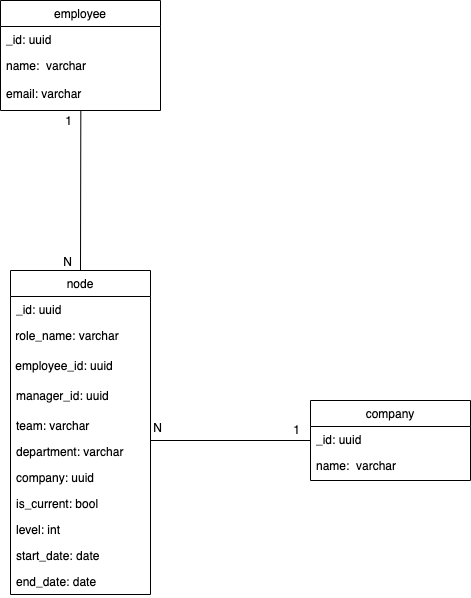
Earlier version of the draw.io export org-chart-ER.png (1552134/org_chart_diagram). Source tidied: cells renumbered, new cells last; positions are measured from the earlier drawing's top-left corner, leaving out a move shared by most shapes. The source it was exported from:
```xml
<mxGraphModel>
  <root>
    <mxCell id="0" />
    <mxCell id="1" parent="0" />
    <mxCell id="2" value="employee" style="swimlane;fontStyle=0;horizontal=1;startSize=26;fillColor=none;" parent="1" vertex="1">
      <mxGeometry width="160" height="110" as="geometry" />
    </mxCell>
    <mxCell id="3" value="_id: uuid" style="text;strokeColor=none;fillColor=none;align=left;verticalAlign=top;spacingLeft=4;spacingRight=4;overflow=hidden;" parent="2" vertex="1">
      <mxGeometry y="26" width="160" height="26" as="geometry" />
    </mxCell>
    <mxCell id="4" value="name:  varchar&#10;" style="text;strokeColor=none;fillColor=none;align=left;verticalAlign=top;spacingLeft=4;spacingRight=4;overflow=hidden;points=[[0,0.5],[1,0.5]];portConstraint=eastwest;" parent="2" vertex="1">
      <mxGeometry y="52" width="160" height="28" as="geometry" />
    </mxCell>
    <mxCell id="5" value="email: varchar" style="text;strokeColor=none;fillColor=none;align=left;verticalAlign=top;spacingLeft=4;spacingRight=4;overflow=hidden;points=[[0,0.5],[1,0.5]];portConstraint=eastwest;" parent="2" vertex="1">
      <mxGeometry y="80" width="160" height="30" as="geometry" />
    </mxCell>
    <mxCell id="6" style="endArrow=none;html=1;rounded=0;exitX=0.502;exitY=1.028;exitDx=0;exitDy=0;entryX=0.5;entryY=0;entryDx=0;entryDy=0;exitPerimeter=0;" parent="1" edge="1" source="5" target="8">
      <mxGeometry relative="1" as="geometry" />
    </mxCell>
    <mxCell id="7" value="N" style="html=1;align=right;verticalAlign=bottom;" parent="6" vertex="1">
      <mxGeometry x="1" relative="1" as="geometry">
        <mxPoint x="-7.9" as="offset" />
      </mxGeometry>
    </mxCell>
    <mxCell id="8" value="node" style="swimlane;fontStyle=0;horizontal=1;startSize=26;fillColor=none;" parent="1" vertex="1">
      <mxGeometry x="10" y="270" width="140" height="324" as="geometry" />
    </mxCell>
    <mxCell id="9" value="_id: uuid" style="text;strokeColor=none;fillColor=none;align=left;verticalAlign=top;spacingLeft=4;spacingRight=4;overflow=hidden;" parent="8" vertex="1">
      <mxGeometry y="26" width="140" height="26" as="geometry" />
    </mxCell>
    <mxCell id="10" value="&lt;font face=&quot;helvetica&quot;&gt;&amp;nbsp;role_name: varchar&lt;/font&gt;" style="text;whiteSpace=wrap;html=1;" parent="8" vertex="1">
      <mxGeometry y="52" width="140" height="30" as="geometry" />
    </mxCell>
    <mxCell id="11" value="&lt;font face=&quot;helvetica&quot;&gt;&amp;nbsp;employee_id: uuid&lt;/font&gt;" style="text;whiteSpace=wrap;html=1;" parent="8" vertex="1">
      <mxGeometry y="82" width="140" height="30" as="geometry" />
    </mxCell>
    <mxCell id="12" value="manager_id: uuid" style="text;strokeColor=none;fillColor=none;align=left;verticalAlign=top;spacingLeft=4;spacingRight=4;overflow=hidden;points=[[0,0.5],[1,0.5]];portConstraint=eastwest;" parent="8" vertex="1">
      <mxGeometry y="112" width="140" height="30" as="geometry" />
    </mxCell>
    <mxCell id="13" value="team: varchar" style="text;strokeColor=none;fillColor=none;align=left;verticalAlign=top;spacingLeft=4;spacingRight=4;overflow=hidden;" parent="8" vertex="1">
      <mxGeometry y="142" width="140" height="26" as="geometry" />
    </mxCell>
    <mxCell id="14" value="department: varchar" style="text;strokeColor=none;fillColor=none;align=left;verticalAlign=top;spacingLeft=4;spacingRight=4;overflow=hidden;" parent="8" vertex="1">
      <mxGeometry y="168" width="140" height="26" as="geometry" />
    </mxCell>
    <mxCell id="15" value="company: uuid" style="text;strokeColor=none;fillColor=none;align=left;verticalAlign=top;spacingLeft=4;spacingRight=4;overflow=hidden;" parent="8" vertex="1">
      <mxGeometry y="194" width="140" height="26" as="geometry" />
    </mxCell>
    <mxCell id="16" value="is_current: bool" style="text;strokeColor=none;fillColor=none;align=left;verticalAlign=top;spacingLeft=4;spacingRight=4;overflow=hidden;" parent="8" vertex="1">
      <mxGeometry y="220" width="140" height="26" as="geometry" />
    </mxCell>
    <mxCell id="17" value="level: int" style="text;strokeColor=none;fillColor=none;align=left;verticalAlign=top;spacingLeft=4;spacingRight=4;overflow=hidden;" parent="8" vertex="1">
      <mxGeometry y="246" width="140" height="26" as="geometry" />
    </mxCell>
    <mxCell id="18" value="start_date: date" style="text;strokeColor=none;fillColor=none;align=left;verticalAlign=top;spacingLeft=4;spacingRight=4;overflow=hidden;" parent="8" vertex="1">
      <mxGeometry y="272" width="140" height="26" as="geometry" />
    </mxCell>
    <mxCell id="19" value="end_date: date" style="text;strokeColor=none;fillColor=none;align=left;verticalAlign=top;spacingLeft=4;spacingRight=4;overflow=hidden;" parent="8" vertex="1">
      <mxGeometry y="298" width="140" height="26" as="geometry" />
    </mxCell>
    <mxCell id="20" value="1" style="html=1;align=right;verticalAlign=bottom;" parent="1" vertex="1">
      <mxGeometry x="90" y="270" as="geometry">
        <mxPoint x="-18" y="-141" as="offset" />
      </mxGeometry>
    </mxCell>
    <mxCell id="21" style="endArrow=none;html=1;rounded=0;" parent="1" edge="1">
      <mxGeometry relative="1" as="geometry">
        <mxPoint x="150" y="440" as="sourcePoint" />
        <mxPoint x="310" y="440" as="targetPoint" />
      </mxGeometry>
    </mxCell>
    <mxCell id="22" value="1" style="html=1;align=right;verticalAlign=bottom;" parent="21" vertex="1">
      <mxGeometry x="1" relative="1" as="geometry">
        <mxPoint x="-10" y="-2" as="offset" />
      </mxGeometry>
    </mxCell>
    <mxCell id="23" value="company" style="swimlane;fontStyle=0;horizontal=1;startSize=26;fillColor=none;" parent="1" vertex="1">
      <mxGeometry x="310" y="400" width="160" height="80" as="geometry" />
    </mxCell>
    <mxCell id="24" value="_id: uuid" style="text;strokeColor=none;fillColor=none;align=left;verticalAlign=top;spacingLeft=4;spacingRight=4;overflow=hidden;" parent="23" vertex="1">
      <mxGeometry y="26" width="160" height="26" as="geometry" />
    </mxCell>
    <mxCell id="25" value="name:  varchar&#10;" style="text;strokeColor=none;fillColor=none;align=left;verticalAlign=top;spacingLeft=4;spacingRight=4;overflow=hidden;" parent="23" vertex="1">
      <mxGeometry y="52" width="160" height="28" as="geometry" />
    </mxCell>
    <mxCell id="26" value="N" style="html=1;align=right;verticalAlign=bottom;" parent="1" vertex="1">
      <mxGeometry x="310" y="448" as="geometry">
        <mxPoint x="-148" y="-12" as="offset" />
      </mxGeometry>
    </mxCell>
  </root>
</mxGraphModel>
```
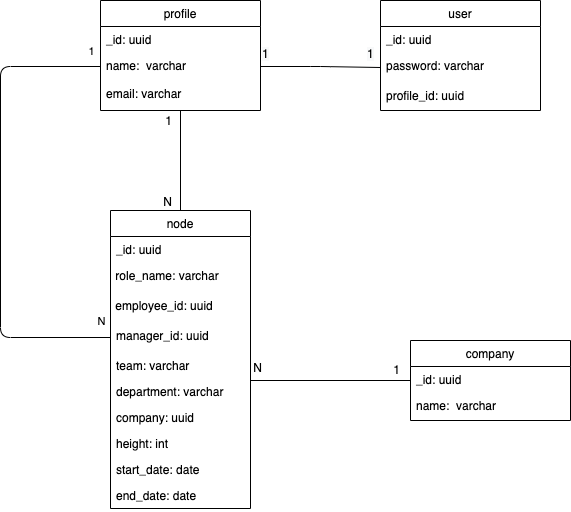
Later version of the same file.

Commit message:
org-chart-v4

What changed in the source:
```diff
@@ -2,20 +2,10 @@
   <root>
     <mxCell id="0" />
     <mxCell id="1" parent="0" />
-    <mxCell id="2" value="employee" style="swimlane;fontStyle=0;horizontal=1;startSize=26;fillColor=none;" parent="1" vertex="1">
-      <mxGeometry width="160" height="110" as="geometry" />
-    </mxCell>
-    <mxCell id="3" value="_id: uuid" style="text;strokeColor=none;fillColor=none;align=left;verticalAlign=top;spacingLeft=4;spacingRight=4;overflow=hidden;" parent="2" vertex="1">
-      <mxGeometry y="26" width="160" height="26" as="geometry" />
-    </mxCell>
-    <mxCell id="4" value="name:  varchar&#10;" style="text;strokeColor=none;fillColor=none;align=left;verticalAlign=top;spacingLeft=4;spacingRight=4;overflow=hidden;points=[[0,0.5],[1,0.5]];portConstraint=eastwest;" parent="2" vertex="1">
-      <mxGeometry y="52" width="160" height="28" as="geometry" />
-    </mxCell>
-    <mxCell id="5" value="email: varchar" style="text;strokeColor=none;fillColor=none;align=left;verticalAlign=top;spacingLeft=4;spacingRight=4;overflow=hidden;points=[[0,0.5],[1,0.5]];portConstraint=eastwest;" parent="2" vertex="1">
-      <mxGeometry y="80" width="160" height="30" as="geometry" />
-    </mxCell>
-    <mxCell id="6" style="endArrow=none;html=1;rounded=0;exitX=0.502;exitY=1.028;exitDx=0;exitDy=0;entryX=0.5;entryY=0;entryDx=0;entryDy=0;exitPerimeter=0;" parent="1" edge="1" source="5" target="8">
-      <mxGeometry relative="1" as="geometry" />
+    <mxCell id="6" style="endArrow=none;html=1;rounded=0;entryX=0.5;entryY=0;entryDx=0;entryDy=0;" parent="1" edge="1" target="8">
+      <mxGeometry relative="1" as="geometry">
+        <mxPoint x="80" y="170" as="sourcePoint" />
+      </mxGeometry>
     </mxCell>
     <mxCell id="7" value="N" style="html=1;align=right;verticalAlign=bottom;" parent="6" vertex="1">
       <mxGeometry x="1" relative="1" as="geometry">
@@ -23,7 +13,7 @@
       </mxGeometry>
     </mxCell>
     <mxCell id="8" value="node" style="swimlane;fontStyle=0;horizontal=1;startSize=26;fillColor=none;" parent="1" vertex="1">
-      <mxGeometry x="10" y="270" width="140" height="324" as="geometry" />
+      <mxGeometry x="10" y="270" width="140" height="298" as="geometry" />
     </mxCell>
     <mxCell id="9" value="_id: uuid" style="text;strokeColor=none;fillColor=none;align=left;verticalAlign=top;spacingLeft=4;spacingRight=4;overflow=hidden;" parent="8" vertex="1">
       <mxGeometry y="26" width="140" height="26" as="geometry" />
@@ -46,20 +36,17 @@
     <mxCell id="15" value="company: uuid" style="text;strokeColor=none;fillColor=none;align=left;verticalAlign=top;spacingLeft=4;spacingRight=4;overflow=hidden;" parent="8" vertex="1">
       <mxGeometry y="194" width="140" height="26" as="geometry" />
     </mxCell>
-    <mxCell id="16" value="is_current: bool" style="text;strokeColor=none;fillColor=none;align=left;verticalAlign=top;spacingLeft=4;spacingRight=4;overflow=hidden;" parent="8" vertex="1">
-      <mxGeometry y="220" width="140" height="26" as="geometry" />
-    </mxCell>
-    <mxCell id="17" value="level: int" style="text;strokeColor=none;fillColor=none;align=left;verticalAlign=top;spacingLeft=4;spacingRight=4;overflow=hidden;" parent="8" vertex="1">
-      <mxGeometry y="246" width="140" height="26" as="geometry" />
+    <mxCell id="17" value="height: int" style="text;strokeColor=none;fillColor=none;align=left;verticalAlign=top;spacingLeft=4;spacingRight=4;overflow=hidden;" parent="8" vertex="1">
+      <mxGeometry y="220" width="140" height="26" as="geometry" />
     </mxCell>
     <mxCell id="18" value="start_date: date" style="text;strokeColor=none;fillColor=none;align=left;verticalAlign=top;spacingLeft=4;spacingRight=4;overflow=hidden;" parent="8" vertex="1">
-      <mxGeometry y="272" width="140" height="26" as="geometry" />
+      <mxGeometry y="246" width="140" height="26" as="geometry" />
     </mxCell>
     <mxCell id="19" value="end_date: date" style="text;strokeColor=none;fillColor=none;align=left;verticalAlign=top;spacingLeft=4;spacingRight=4;overflow=hidden;" parent="8" vertex="1">
-      <mxGeometry y="298" width="140" height="26" as="geometry" />
+      <mxGeometry y="272" width="140" height="26" as="geometry" />
     </mxCell>
     <mxCell id="20" value="1" style="html=1;align=right;verticalAlign=bottom;" parent="1" vertex="1">
-      <mxGeometry x="90" y="270" as="geometry">
+      <mxGeometry x="90" y="330" as="geometry">
         <mxPoint x="-18" y="-141" as="offset" />
       </mxGeometry>
     </mxCell>
@@ -88,5 +75,65 @@
         <mxPoint x="-148" y="-12" as="offset" />
       </mxGeometry>
     </mxCell>
+    <mxCell id="27" style="endArrow=none;html=1;exitX=1;exitY=0.5;exitDx=0;exitDy=0;entryX=0;entryY=0.5;entryDx=0;entryDy=0;" parent="1" edge="1" source="4" target="32">
+      <mxGeometry relative="1" as="geometry">
+        <Array as="points">
+          <mxPoint x="220" y="126" />
+        </Array>
+      </mxGeometry>
+    </mxCell>
+    <mxCell id="28" value="&lt;meta charset=&quot;utf-8&quot;&gt;&lt;span style=&quot;color: rgb(0, 0, 0); font-family: helvetica; font-size: 12px; font-style: normal; font-weight: 400; letter-spacing: normal; text-align: right; text-indent: 0px; text-transform: none; word-spacing: 0px; background-color: rgb(248, 249, 250); display: inline; float: none;&quot;&gt;1&lt;/span&gt;" style="text;whiteSpace=wrap;html=1;" parent="1" vertex="1">
+      <mxGeometry x="160" y="100" width="30" height="30" as="geometry" />
+    </mxCell>
+    <mxCell id="29" value="&lt;meta charset=&quot;utf-8&quot;&gt;&lt;span style=&quot;color: rgb(0, 0, 0); font-family: helvetica; font-size: 12px; font-style: normal; font-weight: 400; letter-spacing: normal; text-align: right; text-indent: 0px; text-transform: none; word-spacing: 0px; background-color: rgb(248, 249, 250); display: inline; float: none;&quot;&gt;1&lt;/span&gt;" style="text;whiteSpace=wrap;html=1;" parent="1" vertex="1">
+      <mxGeometry x="265" y="100" width="30" height="30" as="geometry" />
+    </mxCell>
+    <mxCell id="2" value="profile" style="swimlane;fontStyle=0;horizontal=1;startSize=26;fillColor=none;" parent="1" vertex="1">
+      <mxGeometry y="60" width="160" height="110" as="geometry" />
+    </mxCell>
+    <mxCell id="3" value="_id: uuid" style="text;strokeColor=none;fillColor=none;align=left;verticalAlign=top;spacingLeft=4;spacingRight=4;overflow=hidden;" parent="2" vertex="1">
+      <mxGeometry y="26" width="160" height="26" as="geometry" />
+    </mxCell>
+    <mxCell id="4" value="name:  varchar&#10;" style="text;strokeColor=none;fillColor=none;align=left;verticalAlign=top;spacingLeft=4;spacingRight=4;overflow=hidden;points=[[0,0.5],[1,0.5]];portConstraint=eastwest;" parent="2" vertex="1">
+      <mxGeometry y="52" width="160" height="28" as="geometry" />
+    </mxCell>
+    <mxCell id="5" value="email: varchar" style="text;strokeColor=none;fillColor=none;align=left;verticalAlign=top;spacingLeft=4;spacingRight=4;overflow=hidden;points=[[0,0.5],[1,0.5]];portConstraint=eastwest;" parent="2" vertex="1">
+      <mxGeometry y="80" width="160" height="30" as="geometry" />
+    </mxCell>
+    <mxCell id="30" value="user" style="swimlane;fontStyle=0;horizontal=1;startSize=26;fillColor=none;" parent="1" vertex="1">
+      <mxGeometry x="280" y="60" width="160" height="110" as="geometry" />
+    </mxCell>
+    <mxCell id="31" value="_id: uuid" style="text;strokeColor=none;fillColor=none;align=left;verticalAlign=top;spacingLeft=4;spacingRight=4;overflow=hidden;" parent="30" vertex="1">
+      <mxGeometry y="26" width="160" height="26" as="geometry" />
+    </mxCell>
+    <mxCell id="32" value="password: varchar" style="text;strokeColor=none;fillColor=none;align=left;verticalAlign=top;spacingLeft=4;spacingRight=4;overflow=hidden;points=[[0,0.5],[1,0.5]];portConstraint=eastwest;" parent="30" vertex="1">
+      <mxGeometry y="52" width="160" height="30" as="geometry" />
+    </mxCell>
+    <mxCell id="33" value="profile_id: uuid" style="text;strokeColor=none;fillColor=none;align=left;verticalAlign=top;spacingLeft=4;spacingRight=4;overflow=hidden;" parent="30" vertex="1">
+      <mxGeometry y="82" width="160" height="28" as="geometry" />
+    </mxCell>
+    <mxCell id="34" style="endArrow=none;html=1;entryX=0;entryY=0.5;entryDx=0;entryDy=0;exitX=0;exitY=0.5;exitDx=0;exitDy=0;" parent="1" edge="1" source="4" target="12">
+      <mxGeometry relative="1" as="geometry">
+        <Array as="points">
+          <mxPoint x="-100" y="126" />
+          <mxPoint x="-100" y="397" />
+        </Array>
+      </mxGeometry>
+    </mxCell>
+    <mxCell id="35" value="1" style="edgeLabel;html=1;align=center;verticalAlign=middle;" parent="34" vertex="1">
+      <mxGeometry x="-0.92" y="-3" relative="1" as="geometry">
+        <mxPoint x="10" y="-13" as="offset" />
+      </mxGeometry>
+    </mxCell>
+    <mxCell id="36" value="N" style="edgeLabel;html=1;align=center;verticalAlign=middle;" parent="34" vertex="1">
+      <mxGeometry x="0.8" y="-1" relative="1" as="geometry">
+        <mxPoint x="39" y="-18" as="offset" />
+      </mxGeometry>
+    </mxCell>
+    <mxCell id="37" style="html=1;align=right;verticalAlign=bottom;" parent="1" vertex="1">
+      <mxGeometry x="100" y="340" as="geometry">
+        <mxPoint x="-18" y="-141" as="offset" />
+      </mxGeometry>
+    </mxCell>
   </root>
 </mxGraphModel>
```
